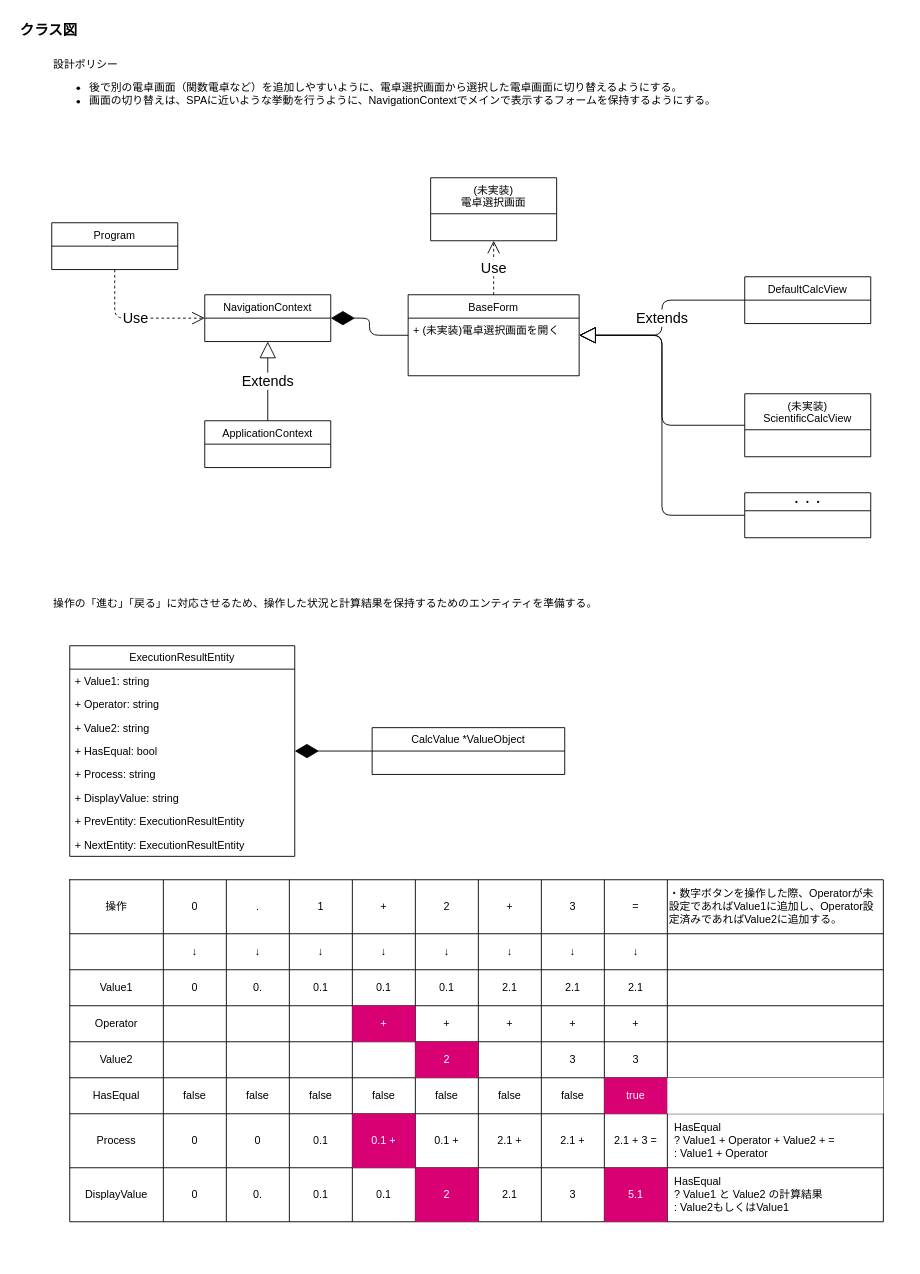
Above: docs/design/020-class-model.drawio in atman-33/calculator-winform-cs (draw.io), before the change. Source tidied: cells renumbered, new cells numbered last; positions are measured from the earlier drawing's top-left corner, leaving out a move shared by most shapes. Both pictures are drawn from the tidied source at 90%, with x=0, y=0 at pixel (15, 15).
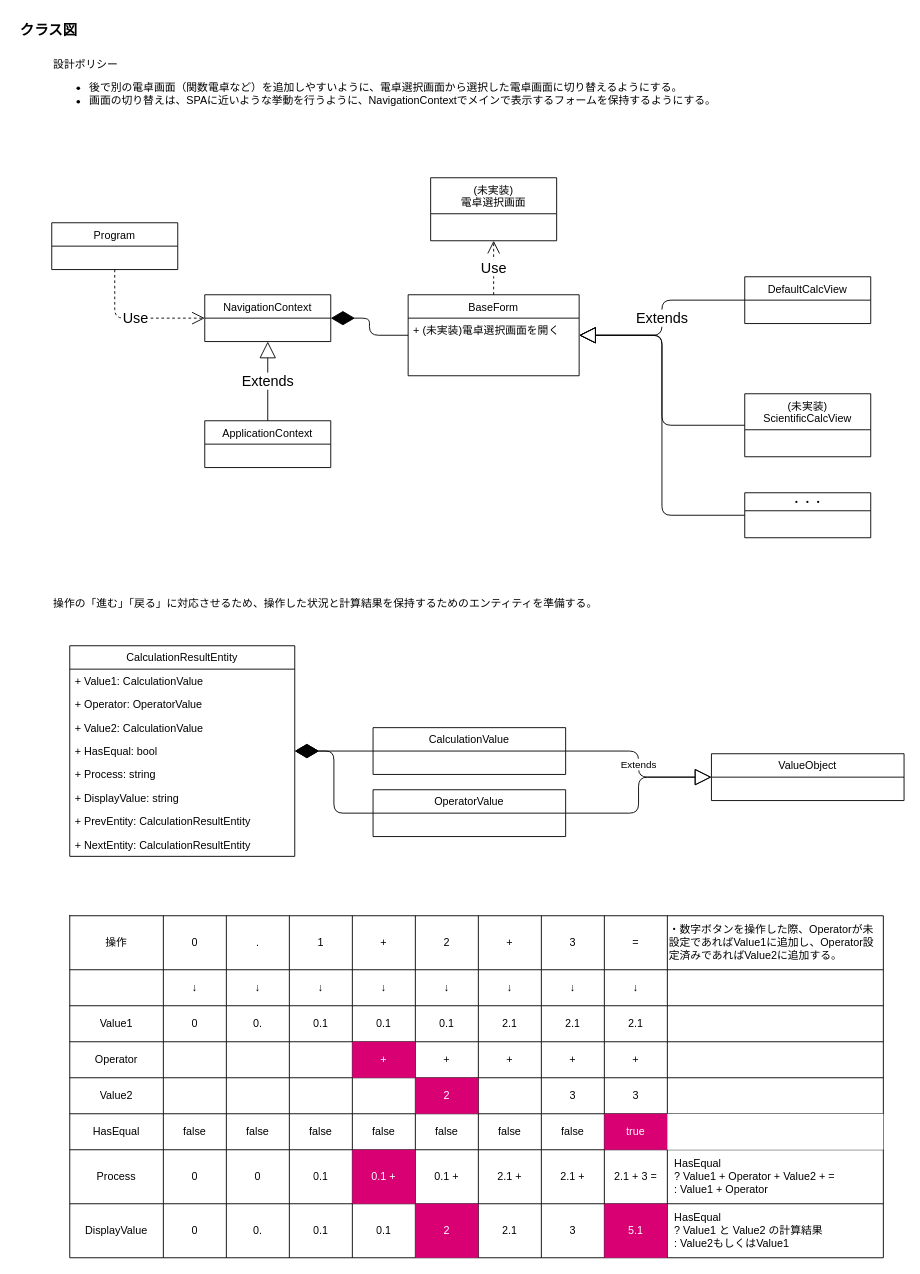
Above is the later version.

The change refers to these unchanged cells:
```xml
<mxCell id="24" value="+ HasEqual: bool" style="text;strokeColor=none;fillColor=none;align=left;verticalAlign=top;spacingLeft=4;spacingRight=4;overflow=hidden;points=[[0,0.5],[1,0.5]];portConstraint=eastwest;fontSize=12;fontColor=default;" parent="20" vertex="1">
  <mxGeometry y="104" width="250" height="26" as="geometry" />
</mxCell>
```

Change to the diagram source:
```diff
@@
-    <mxCell id="20" value="ExecutionResultEntity" style="swimlane;fontStyle=0;horizontal=1;startSize=26;fillColor=none;fontSize=12;fontColor=default;" parent="1" vertex="1">
+    <mxCell id="20" value="CalculationResultEntity" style="swimlane;fontStyle=0;horizontal=1;startSize=26;fillColor=none;fontSize=12;fontColor=default;" parent="1" vertex="1">
       <mxGeometry x="60" y="700" width="250" height="234" as="geometry" />
     </mxCell>
-    <mxCell id="21" value="+ Value1: string" style="text;strokeColor=none;fillColor=none;align=left;verticalAlign=top;spacingLeft=4;spacingRight=4;overflow=hidden;fontSize=12;fontColor=default;" parent="20" vertex="1">
+    <mxCell id="21" value="+ Value1: CalculationValue" style="text;strokeColor=none;fillColor=none;align=left;verticalAlign=top;spacingLeft=4;spacingRight=4;overflow=hidden;fontSize=12;fontColor=default;" parent="20" vertex="1">
       <mxGeometry y="26" width="250" height="26" as="geometry" />
     </mxCell>
-    <mxCell id="22" value="+ Operator: string" style="text;strokeColor=none;fillColor=none;align=left;verticalAlign=top;spacingLeft=4;spacingRight=4;overflow=hidden;fontSize=12;fontColor=default;" parent="20" vertex="1">
+    <mxCell id="22" value="+ Operator: OperatorValue" style="text;strokeColor=none;fillColor=none;align=left;verticalAlign=top;spacingLeft=4;spacingRight=4;overflow=hidden;fontSize=12;fontColor=default;" parent="20" vertex="1">
       <mxGeometry y="52" width="250" height="26" as="geometry" />
     </mxCell>
-    <mxCell id="23" value="+ Value2: string" style="text;strokeColor=none;fillColor=none;align=left;verticalAlign=top;spacingLeft=4;spacingRight=4;overflow=hidden;fontSize=12;fontColor=default;" parent="20" vertex="1">
+    <mxCell id="23" value="+ Value2: CalculationValue" style="text;strokeColor=none;fillColor=none;align=left;verticalAlign=top;spacingLeft=4;spacingRight=4;overflow=hidden;fontSize=12;fontColor=default;" parent="20" vertex="1">
       <mxGeometry y="78" width="250" height="26" as="geometry" />
     </mxCell>
@@
-    <mxCell id="27" value="+ PrevEntity: ExecutionResultEntity" style="text;strokeColor=none;fillColor=none;align=left;verticalAlign=top;spacingLeft=4;spacingRight=4;overflow=hidden;fontSize=12;fontColor=default;" parent="20" vertex="1">
+    <mxCell id="27" value="+ PrevEntity: CalculationResultEntity" style="text;strokeColor=none;fillColor=none;align=left;verticalAlign=top;spacingLeft=4;spacingRight=4;overflow=hidden;fontSize=12;fontColor=default;" parent="20" vertex="1">
       <mxGeometry y="182" width="250" height="26" as="geometry" />
     </mxCell>
-    <mxCell id="28" value="+ NextEntity: ExecutionResultEntity" style="text;strokeColor=none;fillColor=none;align=left;verticalAlign=top;spacingLeft=4;spacingRight=4;overflow=hidden;fontSize=12;fontColor=default;" parent="20" vertex="1">
+    <mxCell id="28" value="+ NextEntity: CalculationResultEntity" style="text;strokeColor=none;fillColor=none;align=left;verticalAlign=top;spacingLeft=4;spacingRight=4;overflow=hidden;fontSize=12;fontColor=default;" parent="20" vertex="1">
       <mxGeometry y="208" width="250" height="26" as="geometry" />
     </mxCell>
@@
-    <mxCell id="30" value="CalcValue *ValueObject" style="swimlane;fontStyle=0;horizontal=1;startSize=26;fillColor=none;fontSize=12;fontColor=default;" parent="1" vertex="1">
-      <mxGeometry x="396" y="791" width="214" height="52" as="geometry" />
+    <mxCell id="30" value="CalculationValue" style="swimlane;fontStyle=0;horizontal=1;startSize=26;fillColor=none;fontSize=12;fontColor=default;" parent="1" vertex="1">
+      <mxGeometry x="397" y="791" width="214" height="52" as="geometry" />
     </mxCell>
@@
     <mxCell id="32" style="shape=table;html=1;whiteSpace=wrap;startSize=0;childLayout=tableLayout;fontSize=12;fontColor=default;" parent="1" vertex="1">
-      <mxGeometry x="60" y="960" width="904" height="380" as="geometry" />
+      <mxGeometry x="60" y="1000" width="904" height="380" as="geometry" />
     </mxCell>
@@
+    <mxCell id="121" value="ValueObject" style="swimlane;fontStyle=0;horizontal=1;startSize=26;fillColor=none;fontSize=12;fontColor=default;" parent="1" vertex="1">
+      <mxGeometry x="773" y="820" width="214" height="52" as="geometry" />
+    </mxCell>
+    <mxCell id="122" value="Extends" style="endArrow=block;endSize=16;endFill=0;html=1;exitX=1;exitY=0.5;exitDx=0;exitDy=0;entryX=0;entryY=0.5;entryDx=0;entryDy=0;edgeStyle=orthogonalEdgeStyle;" parent="1" edge="1" source="30" target="121">
+      <mxGeometry relative="1" as="geometry" />
+    </mxCell>
+    <mxCell id="123" value="OperatorValue" style="swimlane;fontStyle=0;horizontal=1;startSize=26;fillColor=none;fontSize=12;fontColor=default;" parent="1" vertex="1">
+      <mxGeometry x="397" y="860" width="214" height="52" as="geometry" />
+    </mxCell>
+    <mxCell id="124" style="endArrow=diamondThin;endFill=1;endSize=24;html=1;fontSize=16;fontColor=none;entryX=1;entryY=0.5;entryDx=0;entryDy=0;exitX=0;exitY=0.5;exitDx=0;exitDy=0;edgeStyle=orthogonalEdgeStyle;" parent="1" edge="1" source="123" target="24">
+      <mxGeometry relative="1" as="geometry" />
+    </mxCell>
+    <mxCell id="125" value="Extends" style="endArrow=block;endSize=16;endFill=0;html=1;exitX=1;exitY=0.5;exitDx=0;exitDy=0;edgeStyle=orthogonalEdgeStyle;entryX=0;entryY=0.5;entryDx=0;entryDy=0;fontColor=none;noLabel=1;" parent="1" edge="1" source="123" target="121">
+      <mxGeometry relative="1" as="geometry" />
+    </mxCell>
```
